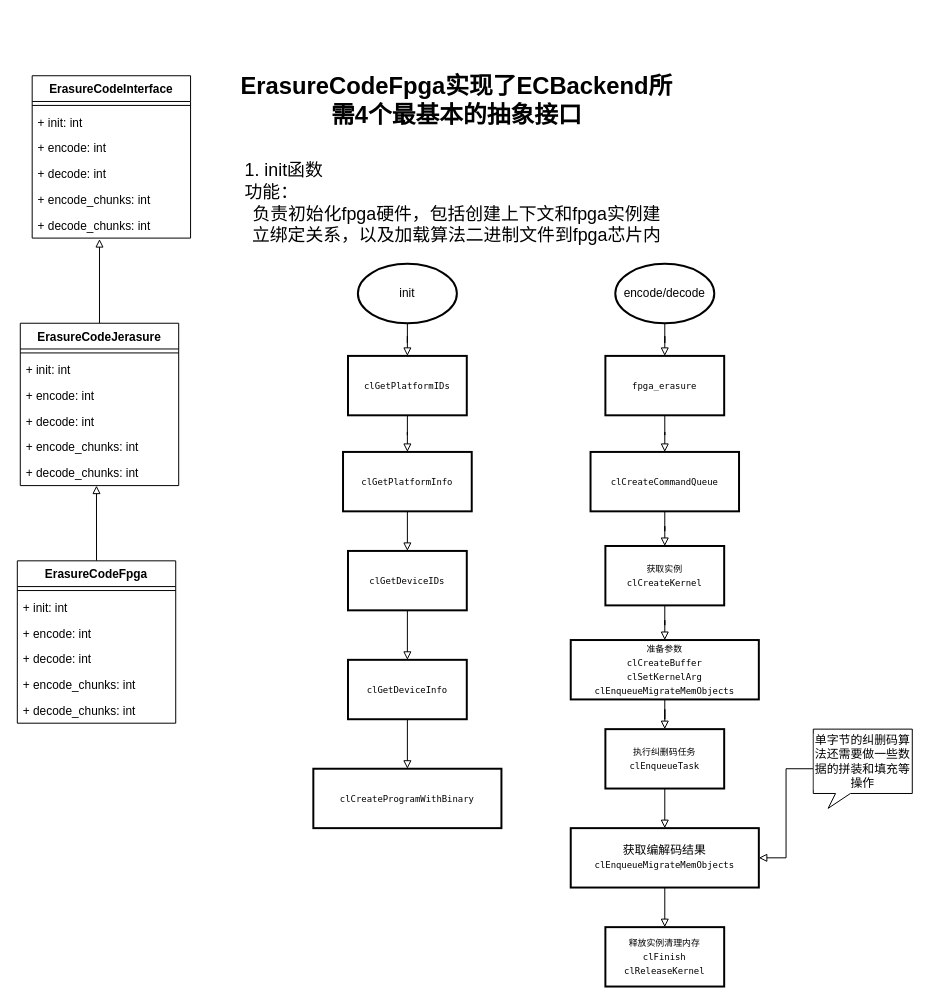
The draw.io diagram ec_integration_fpga.drawio in luqitao/drawio_files, before the edit. Source tidied: cells renumbered, new cells numbered last; positions are measured from the earlier drawing's top-left corner, leaving out a move shared by most shapes. Both pictures are drawn from the tidied source at 99%, with x=0, y=0 at pixel (17, 65).
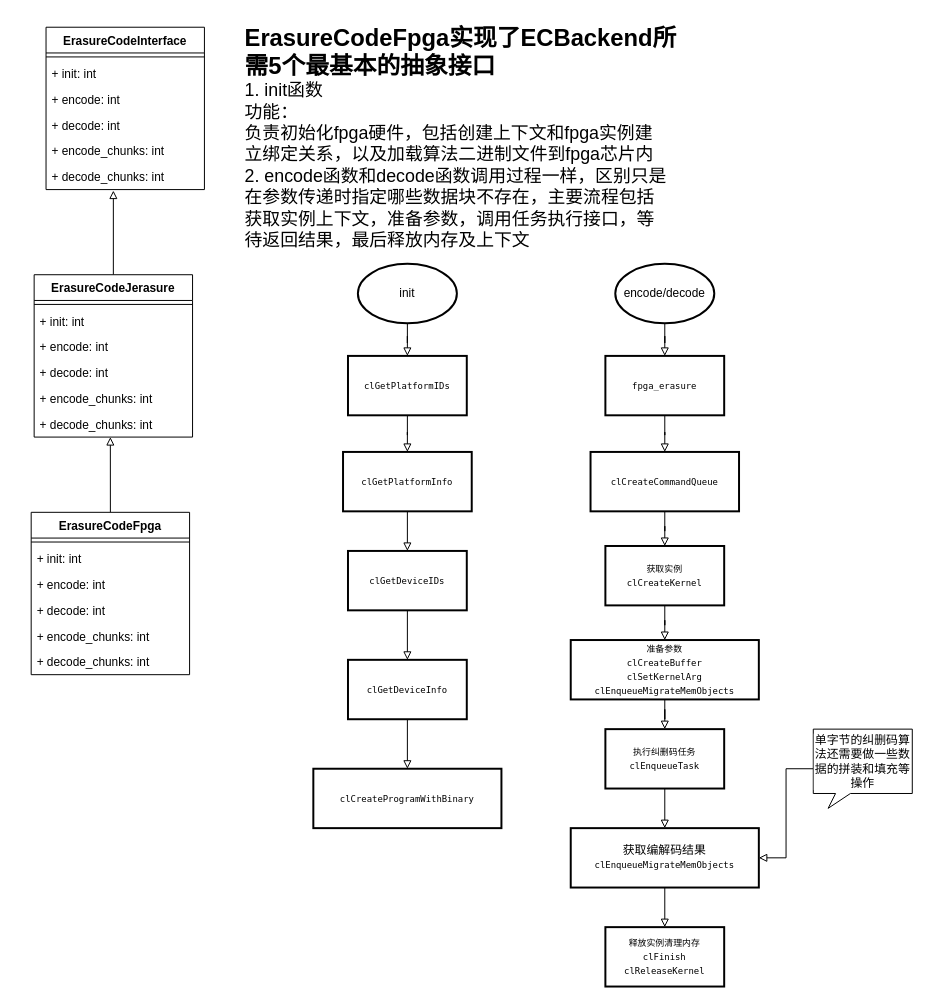
The same diagram, later.

Diff of the diagram source:
```diff
@@
-    <mxCell id="3" value="&lt;div style=&quot;text-align: left&quot;&gt;&lt;span style=&quot;font-size: 18px&quot;&gt;1. init函数&lt;/span&gt;&lt;/div&gt;&lt;div style=&quot;text-align: left&quot;&gt;&lt;span style=&quot;font-size: 18px&quot;&gt;功能：&lt;/span&gt;&lt;/div&gt;&lt;font style=&quot;font-size: 18px&quot;&gt;负责初始化fpga硬件，包括创建上下文和fpga实例建立绑定关系，以及加载算法二进制文件到fpga芯片内&lt;/font&gt;" style="text;html=1;strokeColor=none;fillColor=none;align=center;verticalAlign=middle;whiteSpace=wrap;rounded=0;" parent="1" vertex="1">
-      <mxGeometry x="229" y="79" width="430" height="120" as="geometry" />
+    <mxCell id="3" value="&lt;div&gt;&lt;span style=&quot;font-size: 18px&quot;&gt;1. init函数&lt;/span&gt;&lt;/div&gt;&lt;div&gt;&lt;span style=&quot;font-size: 18px&quot;&gt;功能：&lt;/span&gt;&lt;/div&gt;&lt;font style=&quot;font-size: 18px&quot;&gt;负责初始化fpga硬件，包括创建上下文和fpga实例建立绑定关系，以及加载算法二进制文件到fpga芯片内&lt;br&gt;&lt;div&gt;&lt;span&gt;2. encode函数和decode函数调用过程一样，区别只是在参数传递时指定哪些数据块不存在，主要流程包括获取实例上下文，准备参数，调用任务执行接口，等待返回结果，最后释放内存及上下文&lt;/span&gt;&lt;/div&gt;&lt;/font&gt;" style="text;html=1;strokeColor=none;fillColor=none;align=left;verticalAlign=middle;whiteSpace=wrap;rounded=0;" parent="1" vertex="1">
+      <mxGeometry x="228" y="11" width="430" height="180" as="geometry" />
     </mxCell>
-    <mxCell id="4" value="&lt;span style=&quot;font-weight: 700&quot;&gt;&lt;font style=&quot;font-size: 24px&quot;&gt;ErasureCodeFpga实现了ECBackend所需4个最基本的抽象接口&lt;/font&gt;&lt;/span&gt;" style="text;html=1;strokeColor=none;fillColor=none;align=center;verticalAlign=middle;whiteSpace=wrap;rounded=0;" parent="1" vertex="1">
-      <mxGeometry x="214" width="460" height="70" as="geometry" />
+    <mxCell id="4" value="&lt;span style=&quot;font-weight: 700&quot;&gt;&lt;font style=&quot;font-size: 24px&quot;&gt;ErasureCodeFpga实现了ECBackend所需5个最基本的抽象接口&lt;/font&gt;&lt;/span&gt;" style="text;html=1;strokeColor=none;fillColor=none;align=left;verticalAlign=middle;whiteSpace=wrap;rounded=0;" parent="1" vertex="1">
+      <mxGeometry x="228" y="-49" width="460" height="70" as="geometry" />
     </mxCell>
@@
     <mxCell id="18" value="ErasureCodeFpga" style="swimlane;fontStyle=1;align=center;verticalAlign=top;horizontal=1;startSize=26;" parent="1" vertex="1">
-      <mxGeometry y="500" width="160" height="164" as="geometry" />
+      <mxGeometry x="14" y="451" width="160" height="164" as="geometry" />
     </mxCell>
@@
     <mxCell id="26" value="ErasureCodeJerasure" style="swimlane;fontStyle=1;align=center;verticalAlign=top;horizontal=1;startSize=26;" parent="1" vertex="1">
-      <mxGeometry x="3" y="260" width="160" height="164" as="geometry" />
+      <mxGeometry x="17" y="211" width="160" height="164" as="geometry" />
     </mxCell>
@@
     <mxCell id="33" value="ErasureCodeInterface" style="swimlane;fontStyle=1;align=center;verticalAlign=top;horizontal=1;startSize=26;" parent="1" vertex="1">
-      <mxGeometry x="15" y="10" width="160" height="164" as="geometry" />
+      <mxGeometry x="29" y="-39" width="160" height="164" as="geometry" />
     </mxCell>
```
